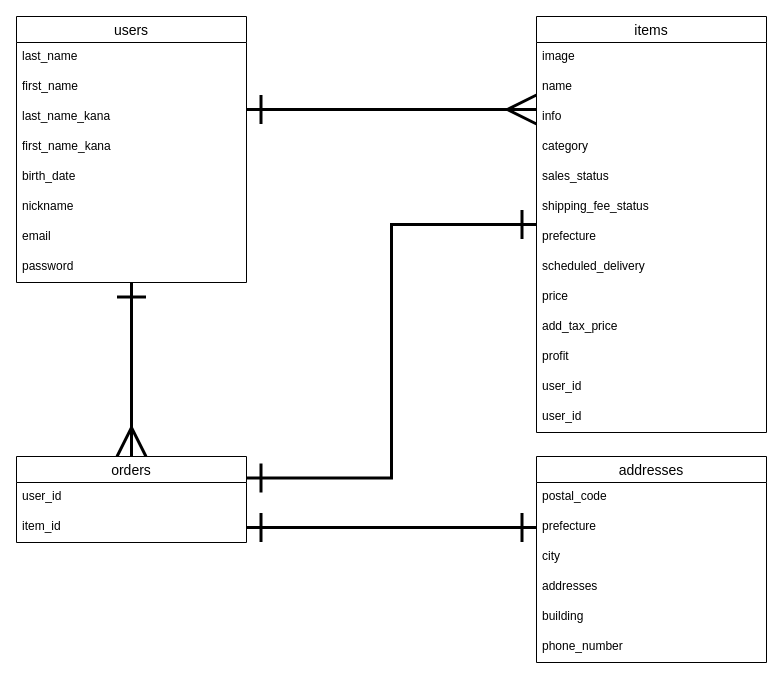
Above: furima.dio in shiiizuuukaaa/furima-33391 (draw.io), before the change. Source tidied: cells renumbered, new cells numbered last; positions are measured from the earlier drawing's top-left corner, leaving out a move shared by most shapes. Both pictures are drawn from the tidied source at 100%, with x=0, y=0 at pixel (16, 16).
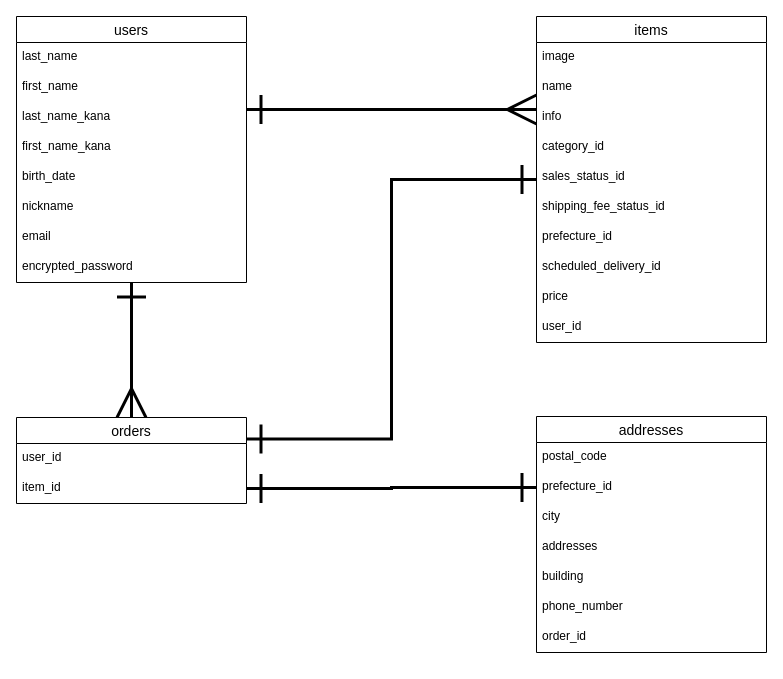
The same page after the edit.

Unchanged cells that the change refers to:
```xml
<mxCell id="3" value="users" style="swimlane;fontStyle=0;horizontal=1;startSize=26;align=center;fontSize=14;" parent="1" vertex="1">
  <mxGeometry width="230" height="266" as="geometry" />
</mxCell>
```

Change to the diagram source:
```diff
@@
-    <mxCell id="11" value="password" style="text;spacingLeft=4;spacingRight=4;overflow=hidden;fontSize=12;verticalAlign=top;" parent="3" vertex="1">
+    <mxCell id="11" value="encrypted_password" style="text;spacingLeft=4;spacingRight=4;overflow=hidden;fontSize=12;verticalAlign=top;" parent="3" vertex="1">
       <mxGeometry y="236" width="230" height="30" as="geometry" />
     </mxCell>
@@
     <mxCell id="13" value="items" style="swimlane;fontStyle=0;horizontal=1;startSize=26;align=center;fontSize=14;" parent="1" vertex="1">
-      <mxGeometry x="520" width="230" height="416" as="geometry" />
+      <mxGeometry x="520" width="230" height="326" as="geometry" />
     </mxCell>
@@
-    <mxCell id="17" value="category" style="text;strokeColor=none;fillColor=none;spacingLeft=4;spacingRight=4;overflow=hidden;fontSize=12;" parent="13" vertex="1">
+    <mxCell id="17" value="category_id" style="text;strokeColor=none;fillColor=none;spacingLeft=4;spacingRight=4;overflow=hidden;fontSize=12;" parent="13" vertex="1">
       <mxGeometry y="116" width="230" height="30" as="geometry" />
     </mxCell>
-    <mxCell id="18" value="sales_status" style="text;strokeColor=none;fillColor=none;spacingLeft=4;spacingRight=4;overflow=hidden;fontSize=12;" parent="13" vertex="1">
+    <mxCell id="18" value="sales_status_id" style="text;strokeColor=none;fillColor=none;spacingLeft=4;spacingRight=4;overflow=hidden;fontSize=12;" parent="13" vertex="1">
       <mxGeometry y="146" width="230" height="30" as="geometry" />
     </mxCell>
-    <mxCell id="19" value="shipping_fee_status" style="text;strokeColor=none;fillColor=none;spacingLeft=4;spacingRight=4;overflow=hidden;fontSize=12;" parent="13" vertex="1">
+    <mxCell id="19" value="shipping_fee_status_id" style="text;strokeColor=none;fillColor=none;spacingLeft=4;spacingRight=4;overflow=hidden;fontSize=12;" parent="13" vertex="1">
       <mxGeometry y="176" width="230" height="30" as="geometry" />
     </mxCell>
-    <mxCell id="20" value="prefecture" style="text;spacingLeft=4;spacingRight=4;overflow=hidden;fontSize=12;verticalAlign=top;" parent="13" vertex="1">
+    <mxCell id="20" value="prefecture_id" style="text;spacingLeft=4;spacingRight=4;overflow=hidden;fontSize=12;verticalAlign=top;" parent="13" vertex="1">
       <mxGeometry y="206" width="230" height="30" as="geometry" />
     </mxCell>
-    <mxCell id="21" value="scheduled_delivery" style="text;spacingLeft=4;spacingRight=4;overflow=hidden;fontSize=12;verticalAlign=top;" parent="13" vertex="1">
+    <mxCell id="21" value="scheduled_delivery_id" style="text;spacingLeft=4;spacingRight=4;overflow=hidden;fontSize=12;verticalAlign=top;" parent="13" vertex="1">
       <mxGeometry y="236" width="230" height="30" as="geometry" />
     </mxCell>
@@
-    <mxCell id="23" value="add_tax_price" style="text;spacingLeft=4;spacingRight=4;overflow=hidden;fontSize=12;verticalAlign=top;" parent="13" vertex="1">
-      <mxGeometry y="296" width="230" height="30" as="geometry" />
-    </mxCell>
-    <mxCell id="24" value="profit" style="text;spacingLeft=4;spacingRight=4;overflow=hidden;fontSize=12;verticalAlign=top;" parent="13" vertex="1">
-      <mxGeometry y="326" width="230" height="30" as="geometry" />
-    </mxCell>
     <mxCell id="25" value="user_id" style="text;spacingLeft=4;spacingRight=4;overflow=hidden;fontSize=12;verticalAlign=top;" parent="13" vertex="1">
-      <mxGeometry y="356" width="230" height="30" as="geometry" />
+      <mxGeometry y="296" width="230" height="30" as="geometry" />
     </mxCell>
-    <mxCell id="26" value="user_id" style="text;spacingLeft=4;spacingRight=4;overflow=hidden;fontSize=12;verticalAlign=top;" parent="13" vertex="1">
-      <mxGeometry y="386" width="230" height="30" as="geometry" />
-    </mxCell>
     <mxCell id="27" value="orders" style="swimlane;fontStyle=0;horizontal=1;startSize=26;align=center;fontSize=14;" parent="1" vertex="1">
-      <mxGeometry y="440" width="230" height="86" as="geometry" />
+      <mxGeometry y="401" width="230" height="86" as="geometry" />
     </mxCell>
@@
     <mxCell id="31" value="addresses" style="swimlane;fontStyle=0;horizontal=1;startSize=26;align=center;fontSize=14;" parent="1" vertex="1">
-      <mxGeometry x="520" y="440" width="230" height="206" as="geometry" />
+      <mxGeometry x="520" y="400" width="230" height="236" as="geometry" />
     </mxCell>
@@
-    <mxCell id="33" value="prefecture" style="text;strokeColor=none;fillColor=none;spacingLeft=4;spacingRight=4;overflow=hidden;points=[[0,0.5],[1,0.5]];portConstraint=eastwest;fontSize=12;" parent="31" vertex="1">
+    <mxCell id="33" value="prefecture_id" style="text;strokeColor=none;fillColor=none;spacingLeft=4;spacingRight=4;overflow=hidden;points=[[0,0.5],[1,0.5]];portConstraint=eastwest;fontSize=12;" parent="31" vertex="1">
       <mxGeometry y="56" width="230" height="30" as="geometry" />
     </mxCell>
@@
+    <mxCell id="39" value="order_id" style="text;strokeColor=none;fillColor=none;spacingLeft=4;spacingRight=4;overflow=hidden;fontSize=12;" parent="31" vertex="1">
+      <mxGeometry y="206" width="230" height="30" as="geometry" />
+    </mxCell>
```
